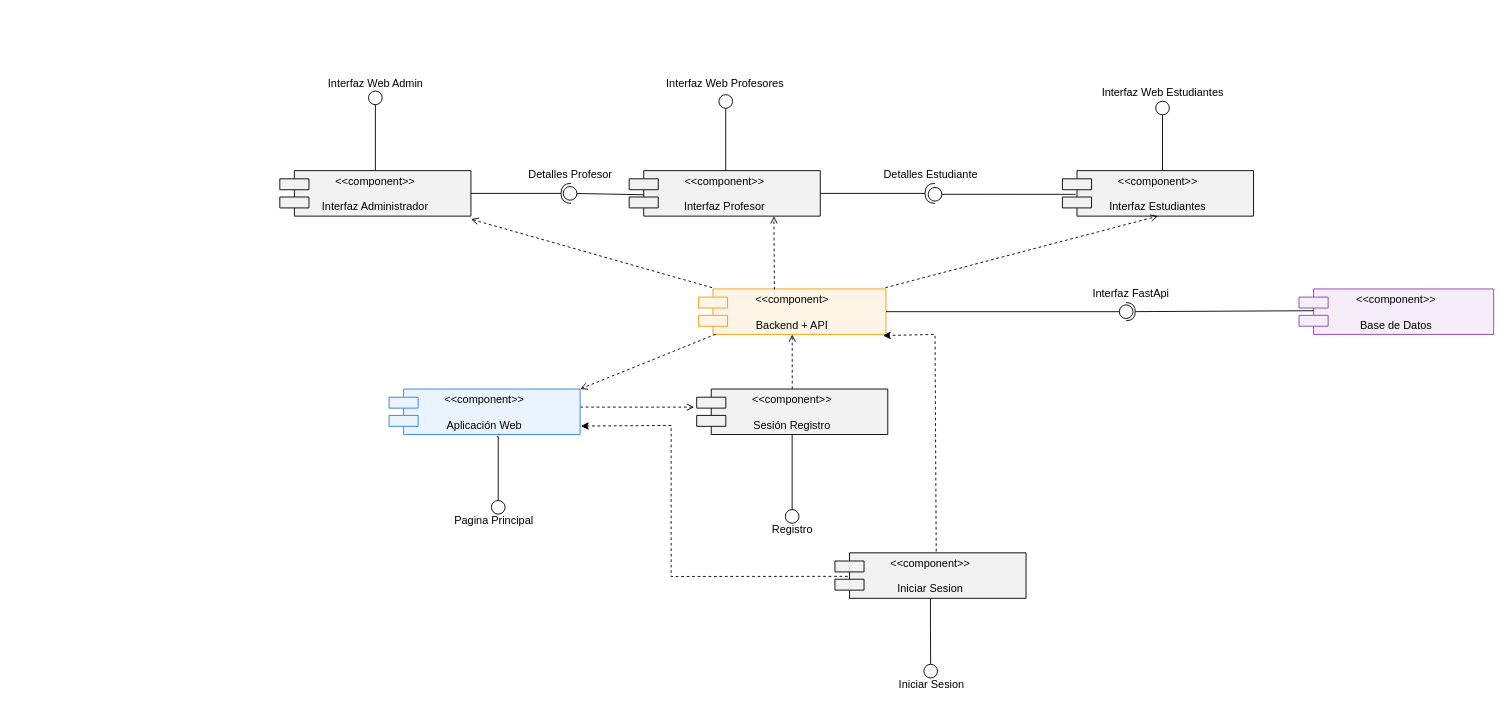
This is Diagramas/Diagrama Componentes.drawio from VichoMatus/Taller_Integracion_II, a draw.io file, before an edit. Source tidied: cells renumbered, new cells numbered last; positions are measured from the earlier drawing's top-left corner, leaving out a move shared by most shapes. Both pictures are drawn from the tidied source at 91%, with x=0, y=0 at pixel (97, 70).
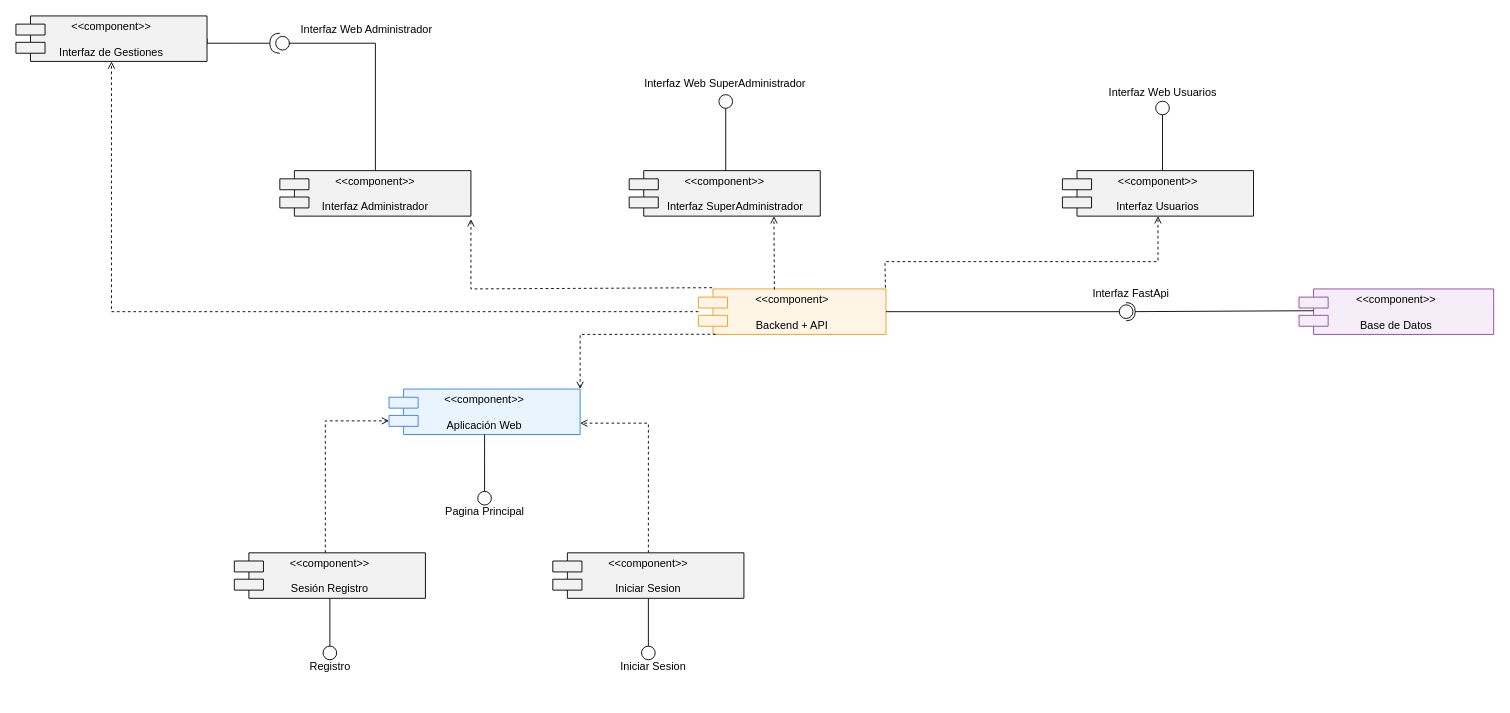
Above is the later version.

Commit message:
Diagrama de componentes 2.0, faltaria revisarlo y comprobar que esten bien las interfaces

The change refers to these unchanged cells:
```xml
<mxCell id="3" value="&lt;&lt;component&gt;&gt;&#10;&#10;Aplicación Web" style="shape=component;align=center;verticalAlign=middle;rounded=0;shadow=0;glass=0;strokeColor=#2F80ED;fillColor=#EAF4FE;" parent="1" vertex="1">
  <mxGeometry x="320" y="350" width="210" height="50" as="geometry" />
</mxCell>
<mxCell id="4" value="&lt;&lt;component&gt;&#10;&#10;Backend + API" style="shape=component;align=center;verticalAlign=middle;rounded=0;shadow=0;glass=0;strokeColor=#F39C12;fillColor=#FEF5E7;" parent="1" vertex="1">
  <mxGeometry x="660" y="240" width="206.1" height="50" as="geometry" />
</mxCell>
<mxCell id="23" value="&lt;&lt;component&gt;&gt;&#10;&#10;Interfaz Administrador" style="shape=component;align=center;verticalAlign=middle;rounded=0;shadow=0;glass=0;strokeColor=#000000;fillColor=#F2F2F2;" parent="1" vertex="1">
  <mxGeometry x="200" y="110" width="210" height="50" as="geometry" />
</mxCell>
```

The edit, as a diff of the source:
```diff
@@
-    <mxCell id="2" style="edgeStyle=orthogonalEdgeStyle;rounded=0;jettySize=auto;html=1;exitX=0.564;exitY=1.048;exitDx=0;exitDy=0;endArrow=oval;endFill=0;endSize=15;exitPerimeter=0;" parent="1" edge="1" source="3">
-      <mxGeometry relative="1" as="geometry">
-        <mxPoint x="440" y="480" as="targetPoint" />
-        <Array as="points">
-          <mxPoint x="440" y="402" />
-        </Array>
-      </mxGeometry>
-    </mxCell>
@@
+    <mxCell id="41" style="edgeStyle=orthogonalEdgeStyle;rounded=0;jettySize=auto;html=1;entryX=0.5;entryY=1;entryDx=0;entryDy=0;dashed=1;endArrow=open;endFill=0;" parent="1" edge="1" source="4" target="44">
+      <mxGeometry relative="1" as="geometry" />
+    </mxCell>
@@
-    <mxCell id="11" value="&lt;&lt;component&gt;&gt;&#10;&#10;Interfaz Profesor" style="shape=component;align=center;verticalAlign=middle;rounded=0;shadow=0;glass=0;strokeColor=#000000;fillColor=#F2F2F2;" parent="1" vertex="1">
+    <mxCell id="11" value="&lt;&lt;component&gt;&gt;&#10;&#10;       Interfaz SuperAdministrador" style="shape=component;align=center;verticalAlign=middle;rounded=0;shadow=0;glass=0;strokeColor=#000000;fillColor=#F2F2F2;" parent="1" vertex="1">
       <mxGeometry x="583.9" y="110" width="210" height="50" as="geometry" />
     </mxCell>
+    <mxCell id="13" style="edgeStyle=orthogonalEdgeStyle;rounded=0;jettySize=auto;html=1;exitX=0.5;exitY=1;exitDx=0;exitDy=0;endArrow=oval;endFill=0;endSize=15;" parent="1" edge="1" source="15">
+      <mxGeometry relative="1" as="geometry">
+        <mxPoint x="255" y="640" as="targetPoint" />
+        <Array as="points">
+          <mxPoint x="255" y="630" />
+          <mxPoint x="255" y="630" />
+        </Array>
+      </mxGeometry>
+    </mxCell>
-    <mxCell id="12" style="rounded=0;jettySize=auto;html=1;exitX=-0.013;exitY=0.398;exitDx=0;exitDy=0;entryX=1.003;entryY=0.397;entryDx=0;entryDy=0;dashed=1;endArrow=none;endFill=0;startArrow=open;startFill=0;entryPerimeter=0;exitPerimeter=0;" parent="1" edge="1" source="15" target="3">
-      <mxGeometry relative="1" as="geometry" />
+    <mxCell id="12" style="edgeStyle=orthogonalEdgeStyle;rounded=0;jettySize=auto;html=1;entryX=0;entryY=0.7;entryDx=0;entryDy=0;dashed=1;endArrow=open;endFill=0;" parent="1" edge="1" source="15" target="3">
+      <mxGeometry relative="1" as="geometry">
+        <Array as="points">
+          <mxPoint x="250" y="385" />
+        </Array>
+      </mxGeometry>
     </mxCell>
-    <mxCell id="13" style="edgeStyle=orthogonalEdgeStyle;rounded=0;jettySize=auto;html=1;exitX=0.5;exitY=1;exitDx=0;exitDy=0;endArrow=oval;endFill=0;endSize=15;" parent="1" edge="1" source="15">
-      <mxGeometry relative="1" as="geometry">
-        <mxPoint x="763" y="490" as="targetPoint" />
-        <Array as="points">
-          <mxPoint x="763" y="490" />
-        </Array>
-      </mxGeometry>
-    </mxCell>
-    <mxCell id="14" style="rounded=0;jettySize=auto;html=1;exitX=0.5;exitY=0;exitDx=0;exitDy=0;entryX=0.5;entryY=1;entryDx=0;entryDy=0;endArrow=open;endFill=0;strokeWidth=1;dashed=1;" parent="1" edge="1" source="15" target="4">
-      <mxGeometry relative="1" as="geometry" />
-    </mxCell>
     <mxCell id="15" value="&lt;&lt;component&gt;&gt;&#10;&#10;Sesión Registro" style="shape=component;align=center;verticalAlign=middle;rounded=0;shadow=0;glass=0;strokeColor=#000000;fillColor=#F2F2F2;" parent="1" vertex="1">
-      <mxGeometry x="658.1" y="350" width="210" height="50" as="geometry" />
+      <mxGeometry x="150" y="530" width="210" height="50" as="geometry" />
     </mxCell>
@@
-    <mxCell id="17" value="&lt;&lt;component&gt;&gt;&#10;&#10;Interfaz Estudiantes" style="shape=component;align=center;verticalAlign=middle;rounded=0;shadow=0;glass=0;strokeColor=#000000;fillColor=#F2F2F2;" parent="1" vertex="1">
+    <mxCell id="17" value="&lt;&lt;component&gt;&gt;&#10;&#10;Interfaz Usuarios" style="shape=component;align=center;verticalAlign=middle;rounded=0;shadow=0;glass=0;strokeColor=#000000;fillColor=#F2F2F2;" parent="1" vertex="1">
       <mxGeometry x="1060" y="110" width="210" height="50" as="geometry" />
     </mxCell>
-    <mxCell id="18" value="Interfaz Web Estudiantes" style="text;html=1;align=center;verticalAlign=middle;strokeColor=none;fillColor=none;" parent="1" vertex="1">
-      <mxGeometry x="1090" y="10" width="160" height="30" as="geometry" />
+    <mxCell id="18" value="Interfaz Web Usuarios" style="text;html=1;align=center;verticalAlign=middle;strokeColor=none;fillColor=none;" parent="1" vertex="1">
+      <mxGeometry x="1100" y="10" width="140" height="30" as="geometry" />
     </mxCell>
-    <mxCell id="19" value="Interfaz Web Profesores" style="text;html=1;align=center;verticalAlign=middle;strokeColor=none;fillColor=none;" parent="1" vertex="1">
-      <mxGeometry x="613.9" width="150" height="30" as="geometry" />
+    <mxCell id="19" value="Interfaz Web SuperAdministrador" style="text;html=1;align=center;verticalAlign=middle;strokeColor=none;fillColor=none;" parent="1" vertex="1">
+      <mxGeometry x="588.9" width="200" height="30" as="geometry" />
     </mxCell>
     <mxCell id="20" style="endArrow=open;html=1;rounded=0;dashed=1;endFill=0;exitX=0.092;exitY=0.996;exitDx=0;exitDy=0;exitPerimeter=0;entryX=1;entryY=0;entryDx=0;entryDy=0;entryPerimeter=0;" parent="1" edge="1" source="4" target="3">
-      <mxGeometry relative="1" as="geometry" />
+      <mxGeometry relative="1" as="geometry">
+        <Array as="points">
+          <mxPoint x="530" y="290" />
+        </Array>
+      </mxGeometry>
     </mxCell>
     <mxCell id="21" value="Pagina Principal" style="text;html=1;align=center;verticalAlign=middle;strokeColor=none;fillColor=none;" parent="1" vertex="1">
-      <mxGeometry x="380" y="480" width="110" height="30" as="geometry" />
+      <mxGeometry x="370" y="470" width="110" height="30" as="geometry" />
     </mxCell>
     <mxCell id="22" style="edgeStyle=orthogonalEdgeStyle;rounded=0;jettySize=auto;html=1;exitX=0.5;exitY=0;exitDx=0;exitDy=0;endArrow=oval;endFill=0;endSize=15;" parent="1" edge="1" source="23">
       <mxGeometry relative="1" as="geometry">
-        <mxPoint x="305" y="30" as="targetPoint" />
+        <mxPoint x="203" y="-30" as="targetPoint" />
         <Array as="points">
-          <mxPoint x="305" y="30" />
+          <mxPoint x="305" y="-30" />
+          <mxPoint x="210" y="-30" />
         </Array>
       </mxGeometry>
     </mxCell>
@@
     <mxCell id="24" style="edgeStyle=orthogonalEdgeStyle;rounded=0;jettySize=auto;html=1;exitX=0.5;exitY=1;exitDx=0;exitDy=0;endArrow=oval;endFill=0;endSize=15;" parent="1" edge="1" source="25">
       <mxGeometry relative="1" as="geometry">
-        <mxPoint x="915.2" y="660" as="targetPoint" />
+        <mxPoint x="605" y="640" as="targetPoint" />
       </mxGeometry>
     </mxCell>
+    <mxCell id="39" style="edgeStyle=orthogonalEdgeStyle;rounded=0;jettySize=auto;html=1;exitX=0.5;exitY=0;exitDx=0;exitDy=0;entryX=1;entryY=0.75;entryDx=0;entryDy=0;endArrow=open;endFill=0;dashed=1;" parent="1" edge="1" source="25" target="3">
+      <mxGeometry relative="1" as="geometry" />
+    </mxCell>
     <mxCell id="25" value="&lt;&lt;component&gt;&gt;&#10;&#10;Iniciar Sesion" style="shape=component;align=center;verticalAlign=middle;rounded=0;shadow=0;glass=0;strokeColor=#000000;fillColor=#F2F2F2;" parent="1" vertex="1">
-      <mxGeometry x="810" y="530" width="210" height="50" as="geometry" />
+      <mxGeometry x="500" y="530" width="210" height="50" as="geometry" />
     </mxCell>
@@
-    <mxCell id="28" value="Interfaz Web Admin" style="text;html=1;align=center;verticalAlign=middle;strokeColor=none;fillColor=none;" parent="1" vertex="1">
-      <mxGeometry x="240" width="130" height="30" as="geometry" />
+    <mxCell id="28" value="Interfaz Web Administrador" style="text;html=1;align=center;verticalAlign=middle;strokeColor=none;fillColor=none;" parent="1" vertex="1">
+      <mxGeometry x="210" y="-60" width="170" height="30" as="geometry" />
     </mxCell>
     <mxCell id="29" style="endArrow=open;html=1;rounded=0;dashed=1;endFill=0;exitX=0.997;exitY=-0.027;exitDx=0;exitDy=0;exitPerimeter=0;entryX=0.5;entryY=1;entryDx=0;entryDy=0;" parent="1" edge="1" source="4" target="17">
-      <mxGeometry relative="1" as="geometry" />
+      <mxGeometry relative="1" as="geometry">
+        <Array as="points">
+          <mxPoint x="865" y="210" />
+          <mxPoint x="1165" y="210" />
+        </Array>
+      </mxGeometry>
     </mxCell>
     <mxCell id="30" style="endArrow=open;html=1;rounded=0;exitX=0.073;exitY=-0.027;exitDx=0;exitDy=0;exitPerimeter=0;entryX=1;entryY=1.067;entryDx=0;entryDy=0;entryPerimeter=0;dashed=1;endFill=0;" parent="1" edge="1" source="4" target="23">
-      <mxGeometry relative="1" as="geometry" />
+      <mxGeometry relative="1" as="geometry">
+        <Array as="points">
+          <mxPoint x="410" y="240" />
+        </Array>
+      </mxGeometry>
     </mxCell>
-    <mxCell id="31" style="endArrow=halfCircle;html=1;rounded=0;exitX=1;exitY=0.5;exitDx=0;exitDy=0;endFill=0;endSize=9;" parent="1" edge="1" source="11">
-      <mxGeometry relative="1" as="geometry">
-        <mxPoint x="920" y="135" as="targetPoint" />
-      </mxGeometry>
-    </mxCell>
-    <mxCell id="32" style="endArrow=oval;html=1;rounded=0;exitX=0.069;exitY=0.521;exitDx=0;exitDy=0;exitPerimeter=0;endFill=0;endSize=15;" parent="1" edge="1" source="17">
-      <mxGeometry relative="1" as="geometry">
-        <mxPoint x="920" y="136" as="targetPoint" />
-      </mxGeometry>
-    </mxCell>
-    <mxCell id="33" value="Detalles Estudiante" style="text;html=1;align=center;verticalAlign=middle;strokeColor=none;fillColor=none;" parent="1" vertex="1">
-      <mxGeometry x="850" y="100" width="130" height="30" as="geometry" />
-    </mxCell>
-    <mxCell id="34" style="endArrow=halfCircle;html=1;rounded=0;exitX=1;exitY=0.5;exitDx=0;exitDy=0;endFill=0;endSize=9;" parent="1" edge="1" source="23">
-      <mxGeometry relative="1" as="geometry">
-        <mxPoint x="520" y="135" as="targetPoint" />
-      </mxGeometry>
-    </mxCell>
-    <mxCell id="35" style="endArrow=oval;html=1;rounded=0;exitX=0.077;exitY=0.53;exitDx=0;exitDy=0;exitPerimeter=0;endFill=0;endSize=15;" parent="1" edge="1" source="11">
-      <mxGeometry relative="1" as="geometry">
-        <mxPoint x="519" y="135" as="targetPoint" />
-      </mxGeometry>
-    </mxCell>
-    <mxCell id="36" value="Detalles Profesor" style="text;html=1;align=center;verticalAlign=middle;strokeColor=none;fillColor=none;" parent="1" vertex="1">
-      <mxGeometry x="458.9" y="100" width="120" height="30" as="geometry" />
-    </mxCell>
     <mxCell id="37" value="Registro" style="text;html=1;align=center;verticalAlign=middle;strokeColor=none;fillColor=none;" parent="1" vertex="1">
-      <mxGeometry x="728" y="490" width="70" height="30" as="geometry" />
+      <mxGeometry x="220" y="640" width="70" height="30" as="geometry" />
     </mxCell>
-    <mxCell id="38" style="endArrow=classic;html=1;rounded=0;dashed=1;exitX=0.53;exitY=-0.03;exitDx=0;exitDy=0;exitPerimeter=0;entryX=0.984;entryY=1.025;entryDx=0;entryDy=0;entryPerimeter=0;" parent="1" edge="1" source="25" target="4">
-      <mxGeometry relative="1" as="geometry">
-        <Array as="points">
-          <mxPoint x="920" y="290" />
-        </Array>
-      </mxGeometry>
-    </mxCell>
-    <mxCell id="39" style="endArrow=classic;html=1;rounded=0;dashed=1;exitX=0.067;exitY=0.517;exitDx=0;exitDy=0;exitPerimeter=0;entryX=1.004;entryY=0.814;entryDx=0;entryDy=0;entryPerimeter=0;" parent="1" edge="1" source="25" target="3">
-      <mxGeometry relative="1" as="geometry">
-        <Array as="points">
-          <mxPoint x="630" y="556" />
-          <mxPoint x="630" y="390" />
-        </Array>
-      </mxGeometry>
-    </mxCell>
     <mxCell id="40" value="Iniciar Sesion" style="text;html=1;align=center;verticalAlign=middle;strokeColor=none;fillColor=none;" parent="1" vertex="1">
-      <mxGeometry x="866.1" y="660" width="100" height="30" as="geometry" />
+      <mxGeometry x="560" y="640" width="100" height="30" as="geometry" />
     </mxCell>
+    <mxCell id="42" style="edgeStyle=orthogonalEdgeStyle;rounded=0;jettySize=auto;html=1;exitX=0.5;exitY=1;exitDx=0;exitDy=0;endArrow=oval;endFill=0;endSize=15;" parent="1" edge="1" source="3">
+      <mxGeometry relative="1" as="geometry">
+        <mxPoint x="425" y="470" as="targetPoint" />
+      </mxGeometry>
+    </mxCell>
+    <mxCell id="43" style="edgeStyle=orthogonalEdgeStyle;rounded=0;jettySize=auto;html=1;exitX=1;exitY=0.5;exitDx=0;exitDy=0;endArrow=halfCircle;endFill=0;endSize=9;" parent="1" edge="1" source="44">
+      <mxGeometry relative="1" as="geometry">
+        <mxPoint x="200" y="-30" as="targetPoint" />
+        <Array as="points">
+          <mxPoint x="100" y="-30" />
+          <mxPoint x="150" y="-30" />
+          <mxPoint x="150" y="-29" />
+        </Array>
+      </mxGeometry>
+    </mxCell>
+    <mxCell id="44" value="&lt;&lt;component&gt;&gt;&#10;&#10;Interfaz de Gestiones" style="shape=component;align=center;verticalAlign=middle;rounded=0;shadow=0;glass=0;strokeColor=#000000;fillColor=#F2F2F2;" parent="1" vertex="1">
+      <mxGeometry x="-90" y="-60" width="210" height="50" as="geometry" />
+    </mxCell>
```
